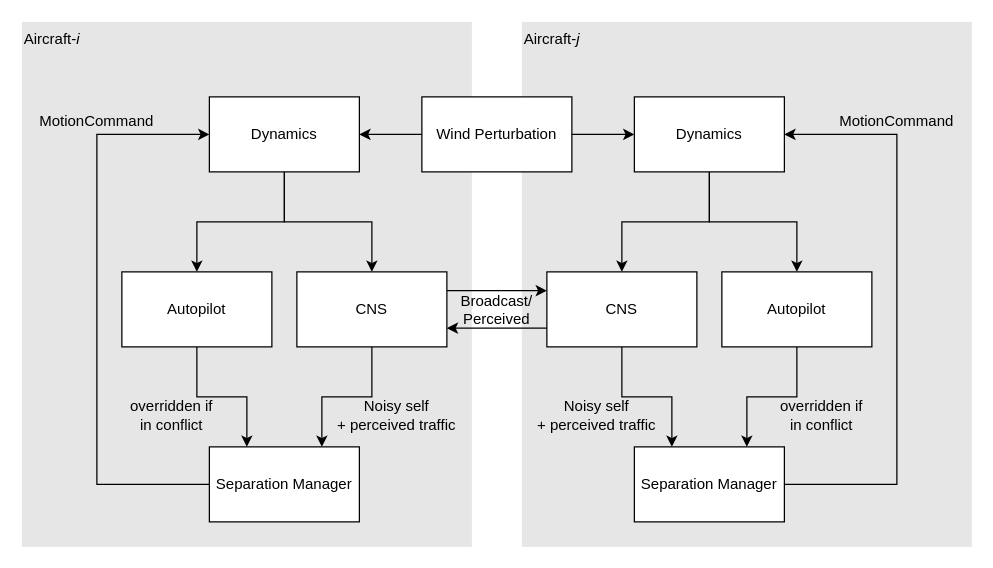
fazlurnu/opencdarr.github.io keeps this draw.io diagram as diagrams/simulation-step-ij.drawio. Above is the earlier version. Source tidied: cells renumbered, new cells numbered last; positions are measured from the earlier drawing's top-left corner, leaving out a move shared by most shapes. Both pictures are drawn from the tidied source at 125%, with x=0, y=0 at pixel (21, 21).
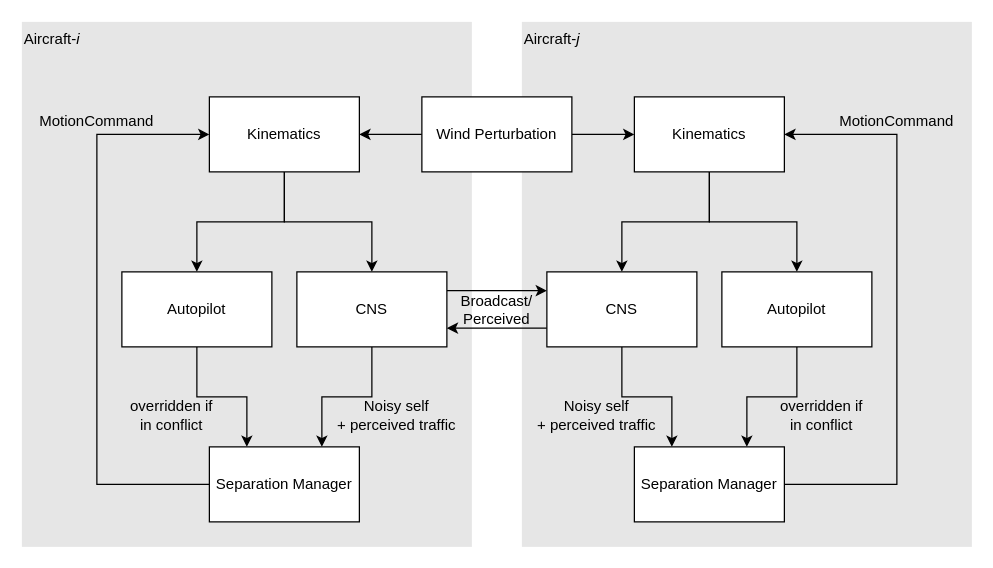
The same page after the edit.

Change to the diagram source:
```diff
@@
-    <mxCell id="6" value="Dynamics" style="rounded=0;whiteSpace=wrap;html=1;" parent="1" vertex="1">
+    <mxCell id="6" value="Kinematics" style="rounded=0;whiteSpace=wrap;html=1;" parent="1" vertex="1">
       <mxGeometry x="150" y="60" width="120" height="60" as="geometry" />
     </mxCell>
@@
-    <mxCell id="18" value="Dynamics" style="rounded=0;whiteSpace=wrap;html=1;" parent="1" vertex="1">
+    <mxCell id="18" value="Kinematics" style="rounded=0;whiteSpace=wrap;html=1;" parent="1" vertex="1">
       <mxGeometry x="490" y="60" width="120" height="60" as="geometry" />
     </mxCell>
```
